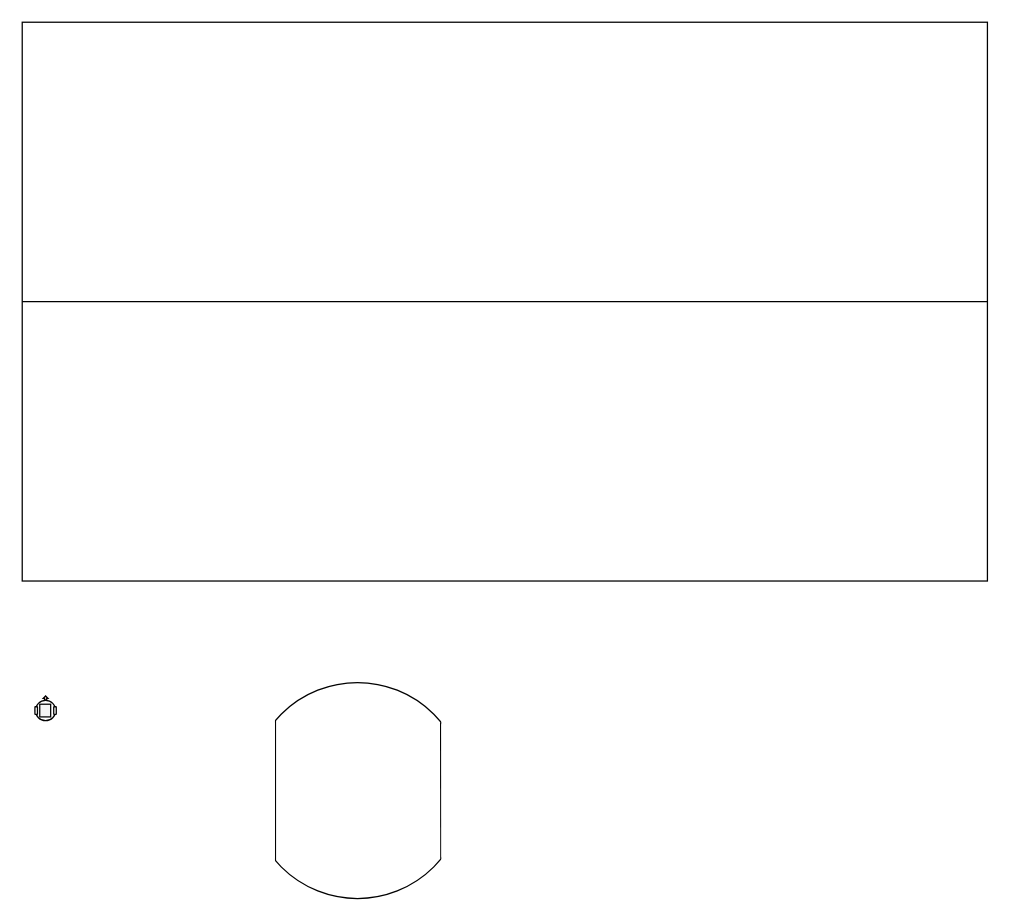
Before: pololu_img.drawio in pu19249/robotat-gui, a draw.io diagram. Source tidied: cells renumbered, new cells numbered last; positions are measured from the earlier drawing's top-left corner, leaving out a move shared by most shapes. Both pictures are drawn from the tidied source at 127%, with x=0, y=0 at pixel (22, 22).
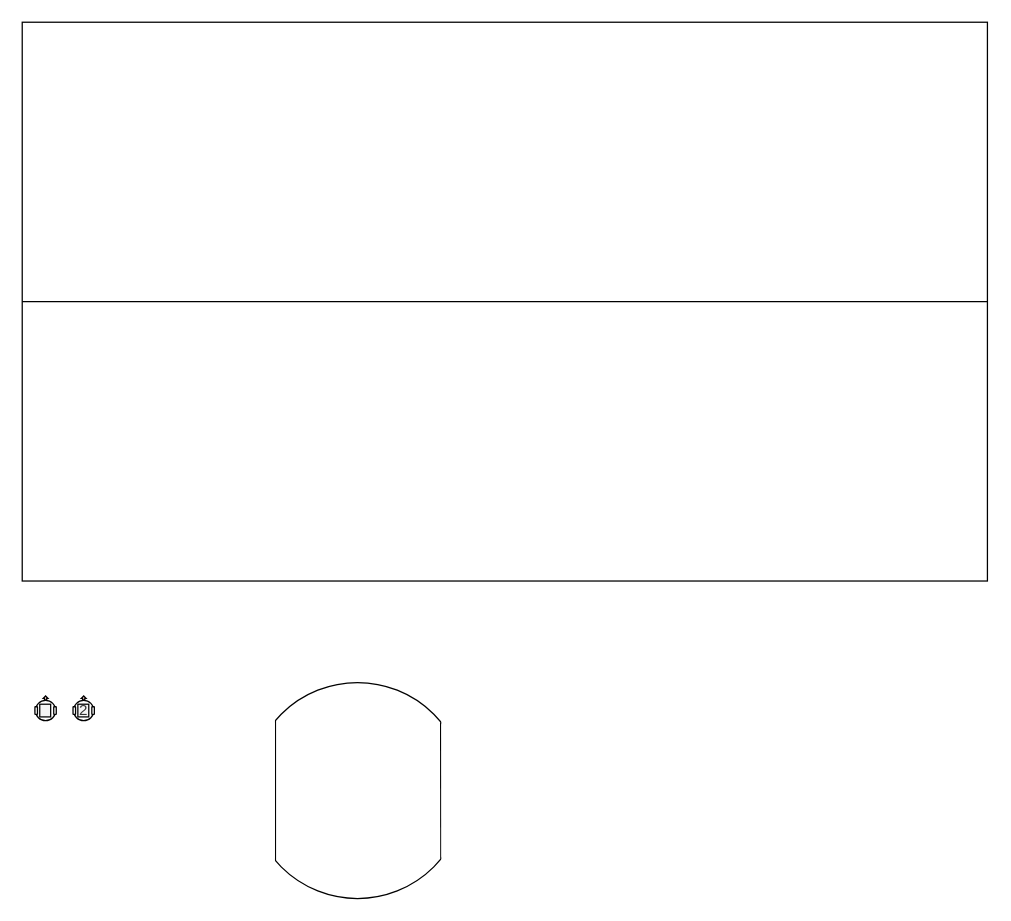
After the change.

Commit message (it also covers changes not shown here):
pololu img facing +x for correct orientation

Change to the diagram source:
```diff
@@
+    <mxCell id="15" style="group;rotation=0;" parent="1" vertex="1">
+      <mxGeometry x="40" y="530" width="16.8" height="20" as="geometry" />
+    </mxCell>
+    <mxCell id="16" style="ellipse;whiteSpace=wrap;html=1;rotation=0;" parent="15" vertex="1">
+      <mxGeometry x="0.4" y="4" width="16" height="16" as="geometry" />
+    </mxCell>
+    <mxCell id="17" style="rounded=1;whiteSpace=wrap;html=1;rotation=0;" parent="15" vertex="1">
+      <mxGeometry x="14.8" y="9" width="2" height="6" as="geometry" />
+    </mxCell>
+    <mxCell id="18" style="rounded=1;whiteSpace=wrap;html=1;rotation=0;" parent="15" vertex="1">
+      <mxGeometry y="9" width="2" height="6" as="geometry" />
+    </mxCell>
+    <mxCell id="19" value="2" style="rounded=0;whiteSpace=wrap;html=1;fillColor=#f5f5f5;strokeColor=#000000;fontColor=#333333;rotation=0;" parent="15" vertex="1">
+      <mxGeometry x="3.8" y="7" width="8.6" height="10" as="geometry" />
+    </mxCell>
+    <mxCell id="20" style="shape=flexArrow;endArrow=classic;html=1;rounded=0;endWidth=0.9549299330892564;endSize=0.2750561797752809;width=1.752808988764045;fillColor=#f8cecc;strokeColor=#000000;" parent="15" edge="1">
+      <mxGeometry relative="1" as="geometry">
+        <mxPoint x="8.4" y="4" as="sourcePoint" />
+        <mxPoint x="8.4" as="targetPoint" />
+      </mxGeometry>
+    </mxCell>
```
